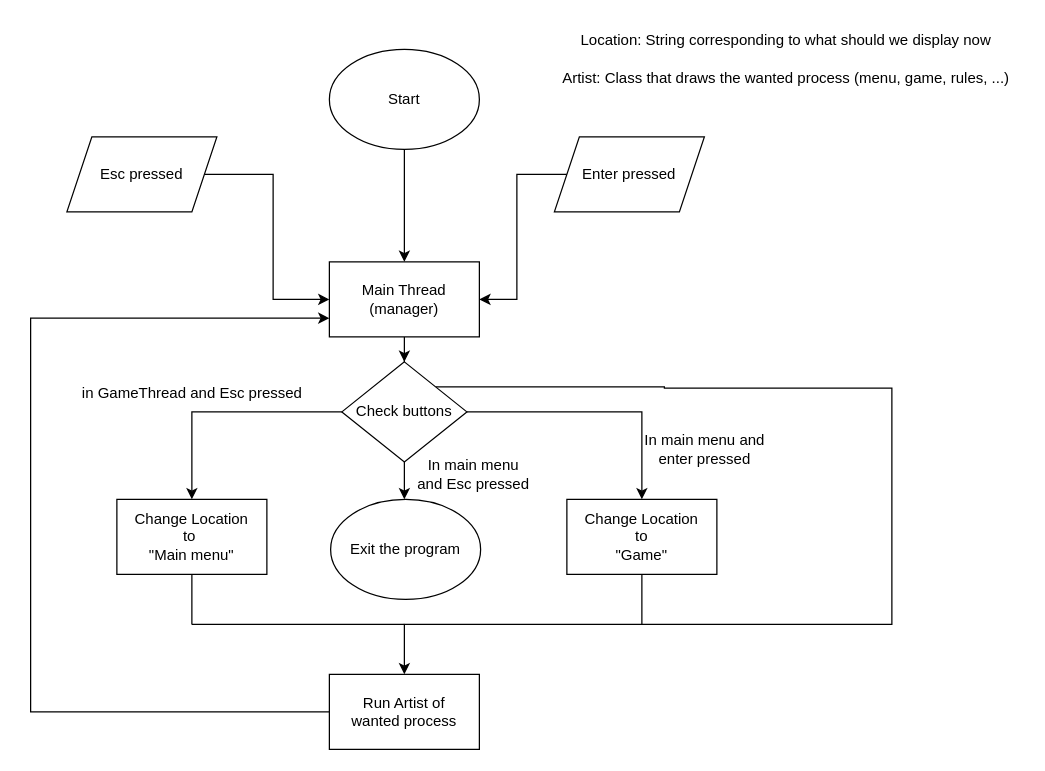
Before: Game/assets/0D41DC90-6306-4080-BC29-F0AA8E948732.drawio in DJeniUp/Candler, a draw.io diagram. Source tidied: cells renumbered, new cells numbered last; positions are measured from the earlier drawing's top-left corner, leaving out a move shared by most shapes. Both pictures are drawn from the tidied source at 125%, with x=0, y=0 at pixel (30, 21).
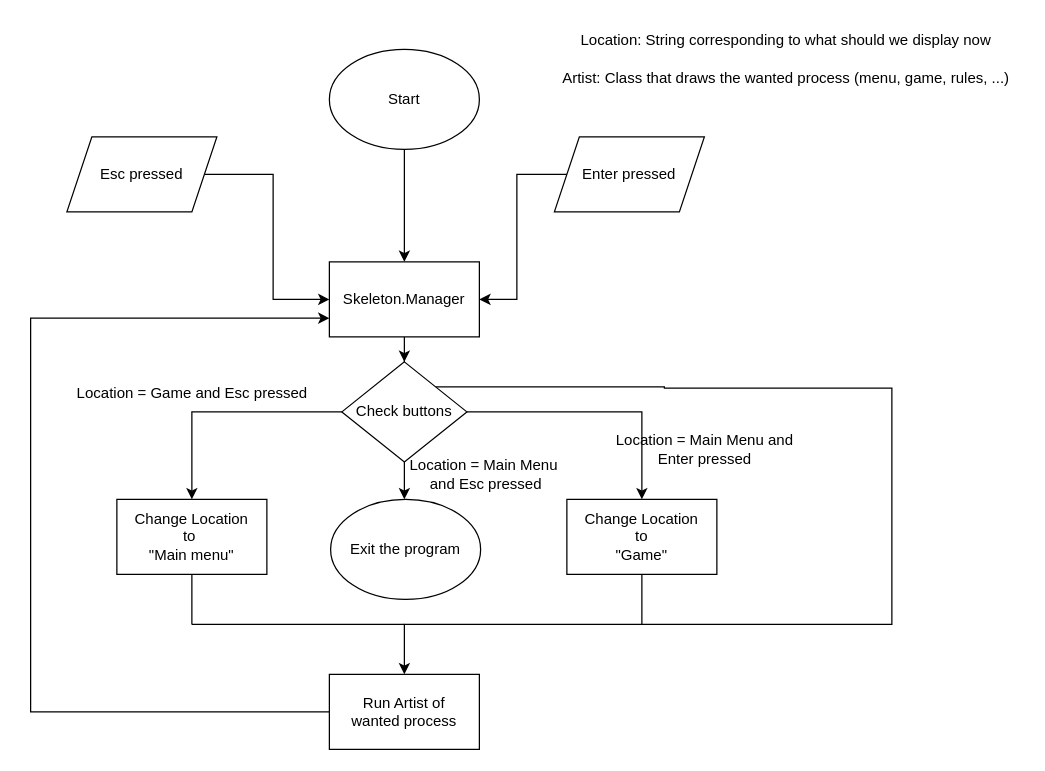
The same diagram, later.

Change to the diagram source:
```diff
@@
-    <mxCell id="5" value="Main Thread&lt;div&gt;(manager)&lt;/div&gt;" style="whiteSpace=wrap;html=1;" parent="1" vertex="1">
+    <mxCell id="5" value="Skeleton.Manager" style="whiteSpace=wrap;html=1;" parent="1" vertex="1">
       <mxGeometry x="239" y="192" width="120" height="60" as="geometry" />
     </mxCell>
@@
-    <mxCell id="16" value="&lt;div&gt;in GameThread and Esc pressed&lt;/div&gt;" style="text;html=1;align=center;verticalAlign=middle;strokeColor=none;fillColor=none;" parent="1" vertex="1">
-      <mxGeometry x="29" y="282" width="200" height="30" as="geometry" />
+    <mxCell id="16" value="&lt;div&gt;Location = Game and Esc pressed&lt;/div&gt;" style="text;html=1;align=center;verticalAlign=middle;strokeColor=none;fillColor=none;" parent="1" vertex="1">
+      <mxGeometry x="24" y="282" width="210" height="30" as="geometry" />
     </mxCell>
-    <mxCell id="17" value="In main menu&lt;div&gt;and Esc pressed&lt;/div&gt;" style="text;html=1;align=center;verticalAlign=middle;strokeColor=none;fillColor=none;" parent="1" vertex="1">
-      <mxGeometry x="299" y="342" width="110" height="40" as="geometry" />
+    <mxCell id="17" value="&lt;div&gt;Location = Main Menu&amp;nbsp;&lt;/div&gt;&lt;div&gt;and Esc pressed&lt;/div&gt;" style="text;html=1;align=center;verticalAlign=middle;strokeColor=none;fillColor=none;" parent="1" vertex="1">
+      <mxGeometry x="289" y="342" width="150" height="40" as="geometry" />
     </mxCell>
@@
-    <mxCell id="19" value="In main menu and&lt;div&gt;enter pressed&lt;/div&gt;" style="text;html=1;align=center;verticalAlign=middle;strokeColor=none;fillColor=none;" parent="1" vertex="1">
-      <mxGeometry x="479" y="322" width="120" height="40" as="geometry" />
+    <mxCell id="19" value="Location = Main Menu and&lt;div&gt;E&lt;span style=&quot;background-color: initial;&quot;&gt;nter pressed&lt;/span&gt;&lt;/div&gt;" style="text;html=1;align=center;verticalAlign=middle;strokeColor=none;fillColor=none;" parent="1" vertex="1">
+      <mxGeometry x="454" y="322" width="170" height="40" as="geometry" />
     </mxCell>
```
